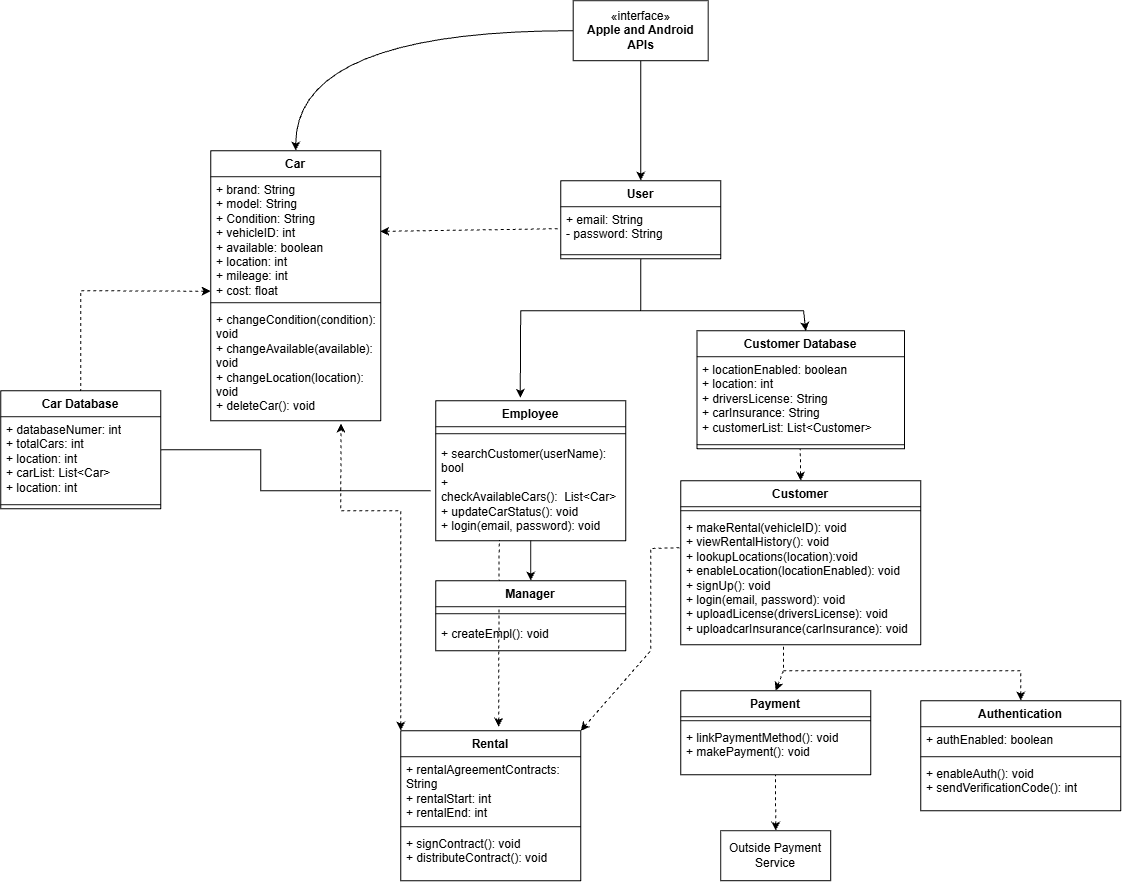
Above: diagrams/UML first.png in GramaPants09/CS250-F26-Group05 (draw.io), before the change. Source tidied: cells renumbered, new cells last; positions are measured from the earlier drawing's top-left corner, leaving out a move shared by most shapes.
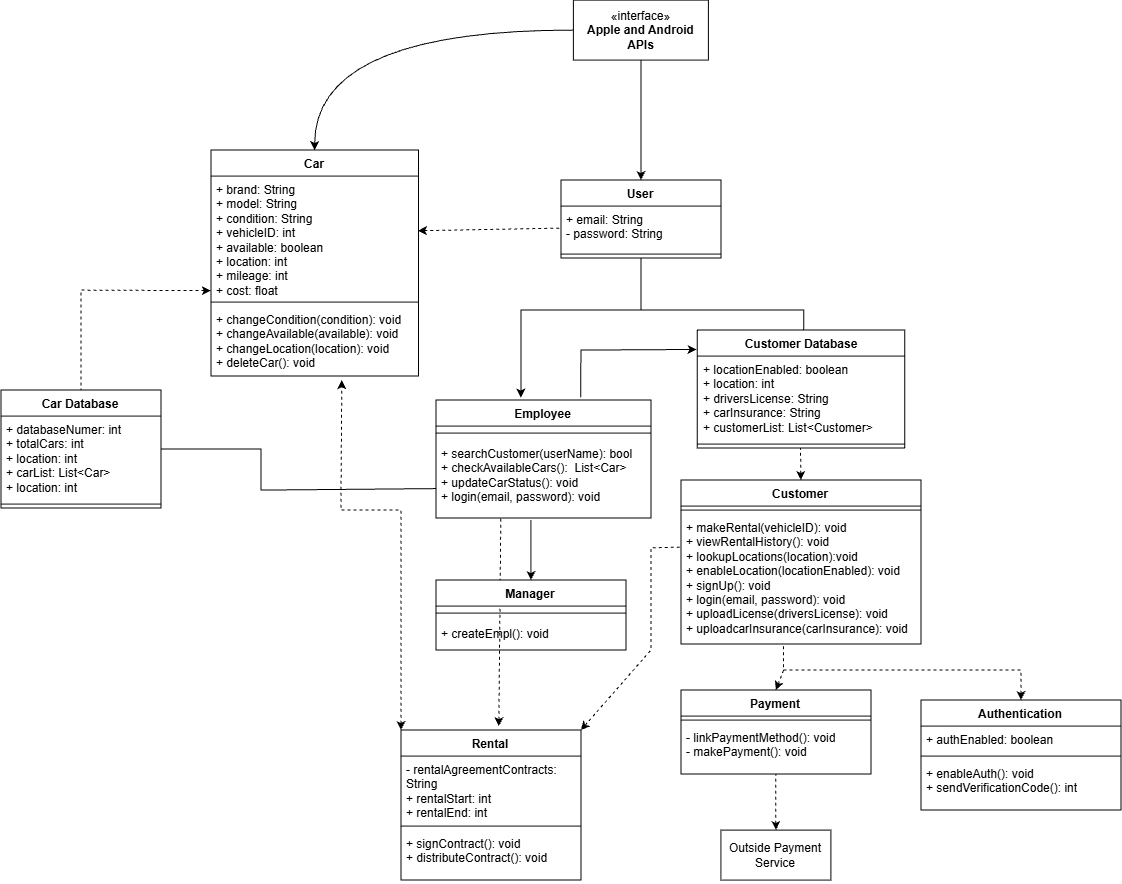
The same diagram one commit later.

Commit message:
moved the final final UML diagram to the diagrams folder

What changed in the source:
```diff
@@ -3,16 +3,16 @@
     <mxCell id="0" />
     <mxCell id="1" parent="0" />
     <mxCell id="2" value="Car" style="swimlane;fontStyle=1;align=center;verticalAlign=top;horizontal=1;startSize=26;whiteSpace=wrap;html=1;" parent="1" vertex="1">
-      <mxGeometry x="210" y="150" width="170" height="270" as="geometry" />
+      <mxGeometry x="210" y="150" width="207.5" height="226" as="geometry" />
     </mxCell>
-    <mxCell id="3" value="+ brand: String&lt;div&gt;+ model: String&lt;/div&gt;&lt;div&gt;+ Condition: String&lt;/div&gt;&lt;div&gt;+ vehicleID: int&lt;/div&gt;&lt;div&gt;+ available: boolean&lt;/div&gt;&lt;div&gt;+ location: int&lt;/div&gt;&lt;div&gt;+ mileage: int&lt;/div&gt;&lt;div&gt;+ cost: float&lt;/div&gt;" style="text;strokeColor=none;fillColor=none;align=left;verticalAlign=top;spacingLeft=4;spacingRight=4;overflow=hidden;points=[[0,0.5],[1,0.5]];portConstraint=eastwest;whiteSpace=wrap;html=1;" parent="2" vertex="1">
-      <mxGeometry y="26" width="170" height="122" as="geometry" />
+    <mxCell id="3" value="+ brand: String&lt;div&gt;+ model: String&lt;/div&gt;&lt;div&gt;+ condition: String&lt;/div&gt;&lt;div&gt;+ vehicleID: int&lt;/div&gt;&lt;div&gt;+ available: boolean&lt;/div&gt;&lt;div&gt;+ location: int&lt;/div&gt;&lt;div&gt;+ mileage: int&lt;/div&gt;&lt;div&gt;+ cost: float&lt;/div&gt;" style="text;strokeColor=none;fillColor=none;align=left;verticalAlign=top;spacingLeft=4;spacingRight=4;overflow=hidden;points=[[0,0.5],[1,0.5]];portConstraint=eastwest;whiteSpace=wrap;html=1;" parent="2" vertex="1">
+      <mxGeometry y="26" width="207.5" height="122" as="geometry" />
     </mxCell>
     <mxCell id="4" style="line;strokeWidth=1;fillColor=none;align=left;verticalAlign=middle;spacingTop=-1;spacingLeft=3;spacingRight=3;labelPosition=right;strokeColor=inherit;" parent="2" vertex="1">
-      <mxGeometry y="148" width="170" height="8" as="geometry" />
+      <mxGeometry y="148" width="207.5" height="8" as="geometry" />
     </mxCell>
     <mxCell id="5" value="+ changeCondition(condition): void&lt;div&gt;+ changeAvailable(available): void&lt;br&gt;&lt;div&gt;+ changeLocation(location): void&lt;/div&gt;&lt;/div&gt;&lt;div&gt;+ deleteCar(): void&lt;/div&gt;" style="text;strokeColor=none;fillColor=none;align=left;verticalAlign=top;spacingLeft=4;spacingRight=4;overflow=hidden;points=[[0,0.5],[1,0.5]];portConstraint=eastwest;whiteSpace=wrap;html=1;" parent="2" vertex="1">
-      <mxGeometry y="156" width="170" height="114" as="geometry" />
+      <mxGeometry y="156" width="207.5" height="70" as="geometry" />
     </mxCell>
     <mxCell id="6" value="User" style="swimlane;fontStyle=1;align=center;verticalAlign=top;horizontal=1;startSize=26;whiteSpace=wrap;html=1;" parent="1" vertex="1">
       <mxGeometry x="560" y="180" width="160" height="78" as="geometry" />
@@ -29,17 +29,17 @@
     <mxCell id="10" style="line;strokeWidth=1;fillColor=none;align=left;verticalAlign=middle;spacingTop=-1;spacingLeft=3;spacingRight=3;labelPosition=right;strokeColor=inherit;" parent="9" vertex="1">
       <mxGeometry y="26" width="190" height="8" as="geometry" />
     </mxCell>
-    <mxCell id="11" value="+ linkPaymentMethod(): void&lt;div&gt;+ makePayment(): void&lt;/div&gt;" style="text;strokeColor=none;fillColor=none;align=left;verticalAlign=top;spacingLeft=4;spacingRight=4;overflow=hidden;points=[[0,0.5],[1,0.5]];portConstraint=eastwest;whiteSpace=wrap;html=1;" parent="9" vertex="1">
+    <mxCell id="11" value="- linkPaymentMethod(): void&lt;div&gt;- makePayment(): void&lt;/div&gt;" style="text;strokeColor=none;fillColor=none;align=left;verticalAlign=top;spacingLeft=4;spacingRight=4;overflow=hidden;points=[[0,0.5],[1,0.5]];portConstraint=eastwest;whiteSpace=wrap;html=1;" parent="9" vertex="1">
       <mxGeometry y="34" width="190" height="50" as="geometry" />
     </mxCell>
     <mxCell id="12" value="Employee" style="swimlane;fontStyle=1;align=center;verticalAlign=top;horizontal=1;startSize=26;whiteSpace=wrap;html=1;" parent="1" vertex="1">
-      <mxGeometry x="435" y="400" width="190" height="140" as="geometry" />
+      <mxGeometry x="435" y="400" width="215" height="118" as="geometry" />
     </mxCell>
     <mxCell id="13" style="line;strokeWidth=1;fillColor=none;align=left;verticalAlign=middle;spacingTop=-1;spacingLeft=3;spacingRight=3;labelPosition=right;strokeColor=inherit;" parent="12" vertex="1">
-      <mxGeometry y="26" width="190" height="14" as="geometry" />
+      <mxGeometry y="26" width="215" height="14" as="geometry" />
     </mxCell>
     <mxCell id="14" value="+ searchCustomer(userName): bool&lt;div&gt;+ checkAvailableCars():&amp;nbsp;&lt;span style=&quot;background-color: transparent; color: light-dark(rgb(0, 0, 0), rgb(255, 255, 255));&quot;&gt;&amp;nbsp;&lt;/span&gt;&lt;span style=&quot;background-color: transparent; color: light-dark(rgb(0, 0, 0), rgb(255, 255, 255));&quot;&gt;List&amp;lt;Car&amp;gt;&lt;/span&gt;&lt;/div&gt;&lt;div&gt;+ updateCarStatus(): void&lt;/div&gt;&lt;div&gt;&lt;span style=&quot;background-color: transparent; color: light-dark(rgb(0, 0, 0), rgb(255, 255, 255));&quot;&gt;+ login(email, password): void&lt;/span&gt;&lt;/div&gt;&lt;div&gt;&lt;br&gt;&lt;/div&gt;" style="text;strokeColor=none;fillColor=none;align=left;verticalAlign=top;spacingLeft=4;spacingRight=4;overflow=hidden;points=[[0,0.5],[1,0.5]];portConstraint=eastwest;whiteSpace=wrap;html=1;" parent="12" vertex="1">
-      <mxGeometry y="40" width="190" height="100" as="geometry" />
+      <mxGeometry y="40" width="215" height="78" as="geometry" />
     </mxCell>
     <mxCell id="15" value="Authentication" style="swimlane;fontStyle=1;align=center;verticalAlign=top;horizontal=1;startSize=26;whiteSpace=wrap;html=1;" parent="1" vertex="1">
       <mxGeometry x="920" y="700" width="200" height="110" as="geometry" />
@@ -53,15 +53,16 @@
     <mxCell id="18" value="+ enableAuth(): void&lt;div&gt;+ sendVerificationCode(): int&lt;/div&gt;" style="text;strokeColor=none;fillColor=none;align=left;verticalAlign=top;spacingLeft=4;spacingRight=4;overflow=hidden;whiteSpace=wrap;html=1;" parent="15" vertex="1">
       <mxGeometry y="60" width="200" height="50" as="geometry" />
     </mxCell>
-    <mxCell id="19" style="endArrow=none;html=1;rounded=0;startArrow=classic;startFill=1;exitX=0.445;exitY=-0.021;exitDx=0;exitDy=0;exitPerimeter=0;entryX=0.5;entryY=1;entryDx=0;entryDy=0;" parent="1" edge="1" source="12" target="6">
+    <mxCell id="19" style="endArrow=none;html=1;rounded=0;startArrow=classic;startFill=1;entryX=0.5;entryY=1;entryDx=0;entryDy=0;" parent="1" edge="1" target="6">
       <mxGeometry relative="1" as="geometry">
+        <mxPoint x="520" y="397.5" as="sourcePoint" />
         <Array as="points">
           <mxPoint x="520" y="310" />
           <mxPoint x="640" y="310" />
         </Array>
       </mxGeometry>
     </mxCell>
-    <mxCell id="20" style="endArrow=none;html=1;rounded=0;startArrow=classic;startFill=1;exitX=0.524;exitY=0.003;exitDx=0;exitDy=0;exitPerimeter=0;" parent="1" edge="1" source="44">
+    <mxCell id="20" style="endArrow=none;html=1;rounded=0;startArrow=none;startFill=0;exitX=0.514;exitY=0;exitDx=0;exitDy=0;exitPerimeter=0;" parent="1" edge="1" source="44">
       <mxGeometry relative="1" as="geometry">
         <mxPoint x="640" y="270" as="targetPoint" />
         <Array as="points">
@@ -100,7 +101,7 @@
     <mxCell id="27" value="Rental" style="swimlane;fontStyle=1;align=center;verticalAlign=top;horizontal=1;startSize=26;whiteSpace=wrap;html=1;" parent="1" vertex="1">
       <mxGeometry x="400" y="730" width="180" height="150" as="geometry" />
     </mxCell>
-    <mxCell id="28" value="+ rentalAgreementContracts: String&lt;div&gt;+ rentalStart: int&lt;/div&gt;&lt;div&gt;+ rentalEnd: int&lt;/div&gt;" style="text;strokeColor=none;fillColor=none;align=left;verticalAlign=top;spacingLeft=4;spacingRight=4;overflow=hidden;whiteSpace=wrap;html=1;" parent="27" vertex="1">
+    <mxCell id="28" value="- rentalAgreementContracts: String&lt;div&gt;+ rentalStart: int&lt;/div&gt;&lt;div&gt;+ rentalEnd: int&lt;/div&gt;" style="text;strokeColor=none;fillColor=none;align=left;verticalAlign=top;spacingLeft=4;spacingRight=4;overflow=hidden;whiteSpace=wrap;html=1;" parent="27" vertex="1">
       <mxGeometry y="26" width="180" height="66" as="geometry" />
     </mxCell>
     <mxCell id="29" style="line;strokeWidth=1;fillColor=none;align=left;verticalAlign=middle;spacingTop=-1;spacingLeft=3;spacingRight=3;labelPosition=right;strokeColor=inherit;" parent="27" vertex="1">
@@ -126,7 +127,7 @@
         </Array>
       </mxGeometry>
     </mxCell>
-    <mxCell id="35" style="endArrow=classic;dashed=1;html=1;rounded=0;exitX=0;exitY=0;exitDx=0;exitDy=0;entryX=0.767;entryY=1.025;entryDx=0;entryDy=0;entryPerimeter=0;startArrow=classic;startFill=1;endFill=1;" parent="1" edge="1" source="27" target="5">
+    <mxCell id="35" style="endArrow=classic;dashed=1;html=1;rounded=0;exitX=0;exitY=0;exitDx=0;exitDy=0;entryX=0.631;entryY=1.057;entryDx=0;entryDy=0;entryPerimeter=0;startArrow=classic;startFill=1;endFill=1;" parent="1" edge="1" source="27" target="5">
       <mxGeometry relative="1" as="geometry">
         <Array as="points">
           <mxPoint x="400" y="510" />
@@ -134,7 +135,7 @@
         </Array>
       </mxGeometry>
     </mxCell>
-    <mxCell id="36" style="endArrow=none;dashed=1;html=1;rounded=0;exitX=0.544;exitY=-0.026;exitDx=0;exitDy=0;entryX=0.334;entryY=0.992;entryDx=0;entryDy=0;entryPerimeter=0;startArrow=classic;startFill=1;exitPerimeter=0;" parent="1" edge="1" source="27" target="14">
+    <mxCell id="36" style="endArrow=none;dashed=1;html=1;rounded=0;exitX=0.544;exitY=-0.026;exitDx=0;exitDy=0;entryX=0.302;entryY=0.984;entryDx=0;entryDy=0;entryPerimeter=0;startArrow=classic;startFill=1;exitPerimeter=0;" parent="1" edge="1" source="27" target="14">
       <mxGeometry relative="1" as="geometry" />
     </mxCell>
     <mxCell id="37" value="Outside Payment Service" style="html=1;whiteSpace=wrap;" parent="1" vertex="1">
@@ -159,9 +160,8 @@
         </Array>
       </mxGeometry>
     </mxCell>
-    <mxCell id="43" style="endArrow=none;html=1;rounded=0;startArrow=none;startFill=0;exitX=1.003;exitY=0.393;exitDx=0;exitDy=0;exitPerimeter=0;" parent="1" edge="1" source="40">
+    <mxCell id="43" style="endArrow=none;html=1;rounded=0;startArrow=none;startFill=0;exitX=1.003;exitY=0.393;exitDx=0;exitDy=0;exitPerimeter=0;entryX=0;entryY=0.75;entryDx=0;entryDy=0;" parent="1" edge="1" source="40" target="12">
       <mxGeometry relative="1" as="geometry">
-        <mxPoint x="430" y="490" as="targetPoint" />
         <Array as="points">
           <mxPoint x="260" y="449" />
           <mxPoint x="260" y="490" />
@@ -186,13 +186,22 @@
     <mxCell id="49" value="+ createEmpl(): void&lt;div&gt;&lt;br&gt;&lt;/div&gt;" style="text;strokeColor=none;fillColor=none;align=left;verticalAlign=top;spacingLeft=4;spacingRight=4;overflow=hidden;whiteSpace=wrap;html=1;" parent="47" vertex="1">
       <mxGeometry y="40" width="190" height="30" as="geometry" />
     </mxCell>
-    <mxCell id="50" style="endArrow=none;html=1;rounded=0;startArrow=classic;startFill=1;exitX=0.5;exitY=0;exitDx=0;exitDy=0;entryX=0.5;entryY=1;entryDx=0;entryDy=0;" parent="1" edge="1" source="47" target="12">
-      <mxGeometry relative="1" as="geometry" />
+    <mxCell id="50" style="endArrow=none;html=1;rounded=0;startArrow=classic;startFill=1;exitX=0.5;exitY=0;exitDx=0;exitDy=0;" parent="1" edge="1" source="47">
+      <mxGeometry relative="1" as="geometry">
+        <mxPoint x="530" y="520" as="targetPoint" />
+      </mxGeometry>
     </mxCell>
     <mxCell id="51" style="endArrow=none;dashed=1;html=1;rounded=0;exitX=0.5;exitY=0;exitDx=0;exitDy=0;entryX=0.334;entryY=0.992;entryDx=0;entryDy=0;entryPerimeter=0;startArrow=classic;startFill=1;" parent="1" edge="1" source="22">
       <mxGeometry relative="1" as="geometry">
         <mxPoint x="799.6" y="448" as="targetPoint" />
       </mxGeometry>
     </mxCell>
+    <mxCell id="52" style="endArrow=none;html=1;rounded=0;entryX=0.674;entryY=-0.025;entryDx=0;entryDy=0;startArrow=classic;startFill=1;entryPerimeter=0;exitX=-0.003;exitY=0.164;exitDx=0;exitDy=0;exitPerimeter=0;endFill=0;" parent="1" edge="1" source="44" target="12">
+      <mxGeometry relative="1" as="geometry">
+        <Array as="points">
+          <mxPoint x="580" y="350" />
+        </Array>
+      </mxGeometry>
+    </mxCell>
   </root>
 </mxGraphModel>
```
